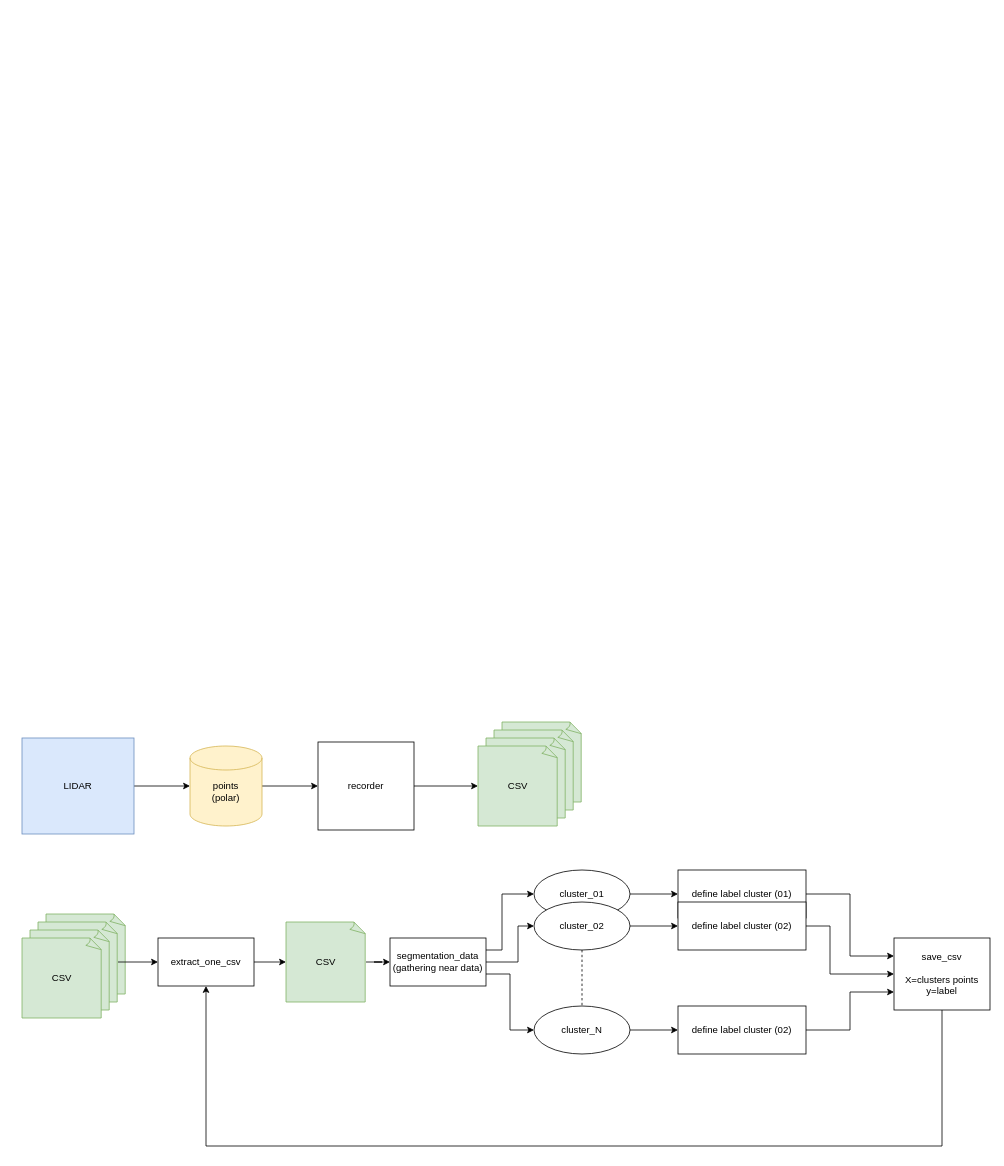
Earlier version of the draw.io diagram page "training" (1 of 3) of .doc/ros_detection_legs.drawio (PouceHeure/ros_detection_legs). Source tidied: cells renumbered, new cells numbered last; positions are measured from the earlier drawing's top-left corner, leaving out a move shared by most shapes. Both pictures are drawn from the tidied source at 80%, with x=0, y=0 at pixel (22, 722). Pictures stored in the file or linked from it are replaced by grey dashed boxes.
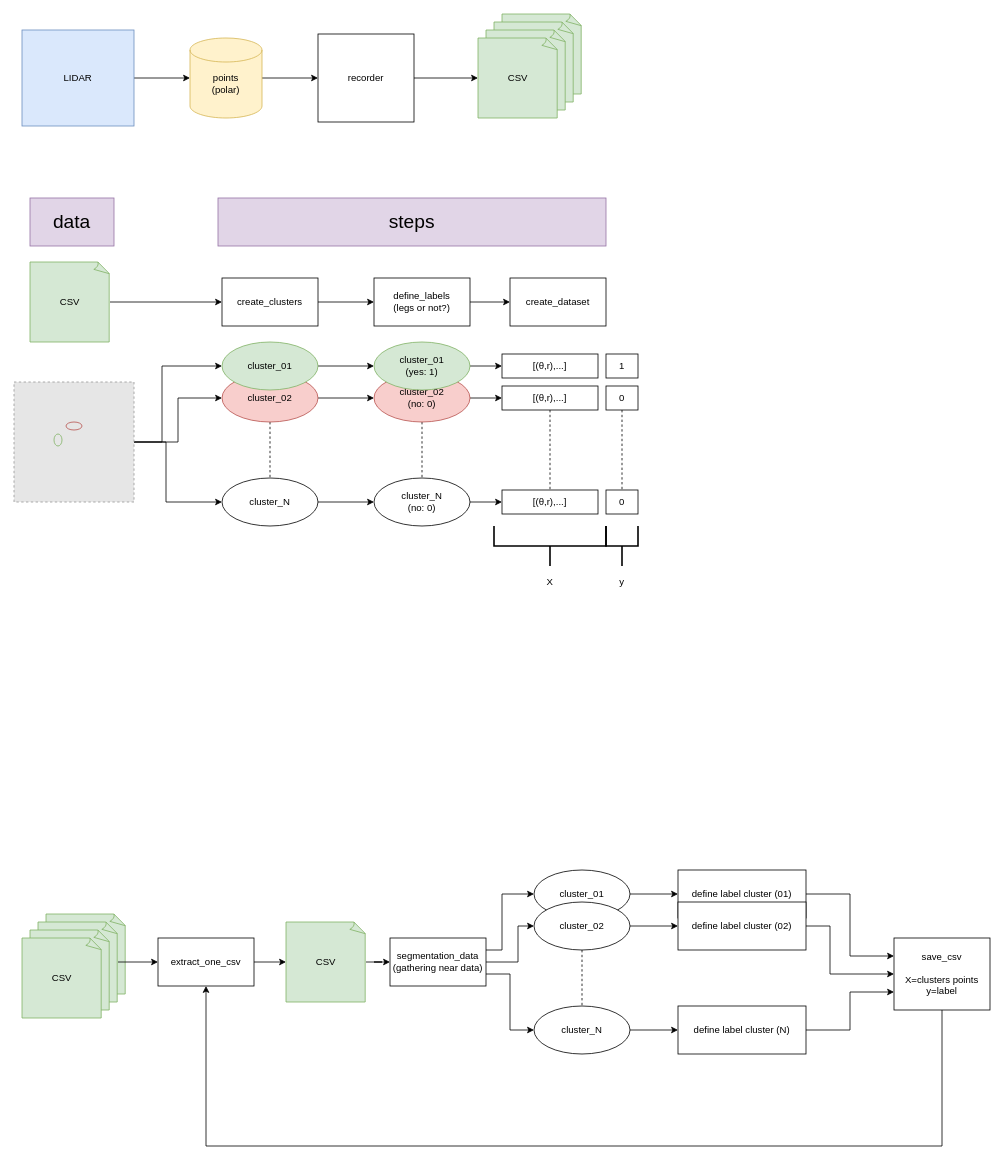
Above is the later version.

The edit, as a diff of the source:
```diff
@@
     <mxCell id="3" value="LIDAR" style="rounded=0;whiteSpace=wrap;html=1;fillColor=#dae8fc;strokeColor=#6c8ebf;" parent="1" vertex="1">
-      <mxGeometry y="20" width="140" height="120" as="geometry" />
+      <mxGeometry y="-865" width="140" height="120" as="geometry" />
     </mxCell>
@@
     <mxCell id="5" value="&lt;div&gt;&lt;br&gt;&lt;/div&gt;&lt;div&gt;points&lt;/div&gt;(polar)" style="shape=cylinder2;whiteSpace=wrap;html=1;boundedLbl=1;backgroundOutline=1;size=15;fillColor=#fff2cc;strokeColor=#d6b656;" parent="1" vertex="1">
-      <mxGeometry x="210" y="30" width="90" height="100" as="geometry" />
+      <mxGeometry x="210" y="-855" width="90" height="100" as="geometry" />
     </mxCell>
@@
     <mxCell id="7" value="recorder" style="rounded=0;whiteSpace=wrap;html=1;" parent="1" vertex="1">
-      <mxGeometry x="370" y="25" width="120" height="110" as="geometry" />
+      <mxGeometry x="370" y="-860" width="120" height="110" as="geometry" />
     </mxCell>
     <mxCell id="8" style="whiteSpace=wrap;html=1;shape=mxgraph.basic.document;fillColor=#d5e8d4;strokeColor=#82b366;" parent="1" vertex="1">
-      <mxGeometry x="600" width="100" height="100" as="geometry" />
+      <mxGeometry x="600" y="-885" width="100" height="100" as="geometry" />
     </mxCell>
     <mxCell id="9" style="whiteSpace=wrap;html=1;shape=mxgraph.basic.document;fillColor=#d5e8d4;strokeColor=#82b366;" parent="1" vertex="1">
-      <mxGeometry x="590" y="10" width="100" height="100" as="geometry" />
+      <mxGeometry x="590" y="-875" width="100" height="100" as="geometry" />
     </mxCell>
     <mxCell id="10" style="whiteSpace=wrap;html=1;shape=mxgraph.basic.document;fillColor=#d5e8d4;strokeColor=#82b366;" parent="1" vertex="1">
-      <mxGeometry x="580" y="20" width="100" height="100" as="geometry" />
+      <mxGeometry x="580" y="-865" width="100" height="100" as="geometry" />
     </mxCell>
     <mxCell id="11" value="CSV" style="whiteSpace=wrap;html=1;shape=mxgraph.basic.document;fillColor=#d5e8d4;strokeColor=#82b366;" parent="1" vertex="1">
-      <mxGeometry x="570" y="30" width="100" height="100" as="geometry" />
+      <mxGeometry x="570" y="-855" width="100" height="100" as="geometry" />
     </mxCell>
@@
-    <mxCell id="37" value="define label cluster (02)" style="rounded=0;whiteSpace=wrap;html=1;" parent="1" vertex="1">
+    <mxCell id="37" value="define label cluster (N)" style="rounded=0;whiteSpace=wrap;html=1;" parent="1" vertex="1">
       <mxGeometry x="820" y="355" width="160" height="60" as="geometry" />
     </mxCell>
@@
+    <mxCell id="40" style="edgeStyle=orthogonalEdgeStyle;rounded=0;jettySize=auto;html=1;exitX=1;exitY=0.5;exitDx=0;exitDy=0;exitPerimeter=0;" parent="1" edge="1" source="41" target="47">
+      <mxGeometry relative="1" as="geometry" />
+    </mxCell>
+    <mxCell id="41" value="CSV" style="whiteSpace=wrap;html=1;shape=mxgraph.basic.document;fillColor=#d5e8d4;strokeColor=#82b366;" parent="1" vertex="1">
+      <mxGeometry x="10" y="-575" width="100" height="100" as="geometry" />
+    </mxCell>
+    <mxCell id="42" style="edgeStyle=orthogonalEdgeStyle;rounded=0;jettySize=auto;html=1;exitX=1;exitY=0.5;exitDx=0;exitDy=0;entryX=0;entryY=0.5;entryDx=0;entryDy=0;" parent="1" edge="1" source="45" target="54">
+      <mxGeometry relative="1" as="geometry">
+        <Array as="points">
+          <mxPoint x="175" y="-350" />
+          <mxPoint x="175" y="-445" />
+        </Array>
+      </mxGeometry>
+    </mxCell>
+    <mxCell id="43" style="edgeStyle=orthogonalEdgeStyle;rounded=0;jettySize=auto;html=1;exitX=1;exitY=0.5;exitDx=0;exitDy=0;" parent="1" edge="1" source="45" target="52">
+      <mxGeometry relative="1" as="geometry" />
+    </mxCell>
+    <mxCell id="44" style="edgeStyle=orthogonalEdgeStyle;rounded=0;jettySize=auto;html=1;exitX=1;exitY=0.5;exitDx=0;exitDy=0;" parent="1" edge="1" source="45" target="49">
+      <mxGeometry relative="1" as="geometry">
+        <Array as="points">
+          <mxPoint x="180" y="-350" />
+          <mxPoint x="180" y="-275" />
+        </Array>
+      </mxGeometry>
+    </mxCell>
+    <mxCell id="45" style="fillColor=#E6E6E6;strokeColor=#999999;dashed=1;verticalLabelPosition=bottom;labelBackgroundColor=#ffffff;verticalAlign=top;" parent="1" vertex="1">
+      <mxGeometry x="-10" y="-425" width="150" height="150" as="geometry" />
+    </mxCell>
+    <mxCell id="46" style="edgeStyle=orthogonalEdgeStyle;rounded=0;jettySize=auto;html=1;exitX=1;exitY=0.5;exitDx=0;exitDy=0;endArrow=classic;endFill=1;" parent="1" edge="1" source="47" target="58">
+      <mxGeometry relative="1" as="geometry" />
+    </mxCell>
+    <mxCell id="47" value="create_clusters" style="rounded=0;whiteSpace=wrap;html=1;" parent="1" vertex="1">
+      <mxGeometry x="250" y="-555" width="120" height="60" as="geometry" />
+    </mxCell>
+    <mxCell id="48" style="edgeStyle=orthogonalEdgeStyle;rounded=0;jettySize=auto;html=1;exitX=1;exitY=0.5;exitDx=0;exitDy=0;endArrow=classic;endFill=1;" parent="1" edge="1" source="49" target="60">
+      <mxGeometry relative="1" as="geometry" />
+    </mxCell>
+    <mxCell id="49" value="cluster_N" style="ellipse;whiteSpace=wrap;html=1;" parent="1" vertex="1">
+      <mxGeometry x="250" y="-305" width="120" height="60" as="geometry" />
+    </mxCell>
+    <mxCell id="50" style="edgeStyle=orthogonalEdgeStyle;rounded=0;jettySize=auto;html=1;exitX=0.5;exitY=1;exitDx=0;exitDy=0;endArrow=none;endFill=0;dashed=1;" parent="1" edge="1" source="52" target="49">
+      <mxGeometry relative="1" as="geometry" />
+    </mxCell>
+    <mxCell id="51" style="edgeStyle=orthogonalEdgeStyle;rounded=0;jettySize=auto;html=1;exitX=1;exitY=0.5;exitDx=0;exitDy=0;endArrow=classic;endFill=1;" parent="1" edge="1" source="52" target="63">
+      <mxGeometry relative="1" as="geometry" />
+    </mxCell>
+    <mxCell id="52" value="cluster_02" style="ellipse;whiteSpace=wrap;html=1;fillColor=#f8cecc;strokeColor=#b85450;" parent="1" vertex="1">
+      <mxGeometry x="250" y="-435" width="120" height="60" as="geometry" />
+    </mxCell>
+    <mxCell id="53" style="edgeStyle=orthogonalEdgeStyle;rounded=0;jettySize=auto;html=1;exitX=1;exitY=0.5;exitDx=0;exitDy=0;endArrow=classic;endFill=1;" parent="1" edge="1" source="54" target="65">
+      <mxGeometry relative="1" as="geometry" />
+    </mxCell>
+    <mxCell id="54" value="cluster_01" style="ellipse;whiteSpace=wrap;html=1;fillColor=#d5e8d4;strokeColor=#82b366;" parent="1" vertex="1">
+      <mxGeometry x="250" y="-475" width="120" height="60" as="geometry" />
+    </mxCell>
+    <mxCell id="55" style="ellipse;whiteSpace=wrap;html=1;strokeColor=#b85450;fillColor=none;" parent="1" vertex="1">
+      <mxGeometry x="55" y="-375" width="20" height="10" as="geometry" />
+    </mxCell>
+    <mxCell id="56" style="ellipse;whiteSpace=wrap;html=1;strokeColor=#82b366;fillColor=none;" parent="1" vertex="1">
+      <mxGeometry x="40" y="-360" width="10" height="15" as="geometry" />
+    </mxCell>
+    <mxCell id="57" style="edgeStyle=orthogonalEdgeStyle;rounded=0;jettySize=auto;html=1;exitX=1;exitY=0.5;exitDx=0;exitDy=0;endArrow=classic;endFill=1;" parent="1" edge="1" source="58" target="66">
+      <mxGeometry relative="1" as="geometry" />
+    </mxCell>
+    <mxCell id="58" value="define_labels&lt;br&gt;(legs or not?)" style="rounded=0;whiteSpace=wrap;html=1;" parent="1" vertex="1">
+      <mxGeometry x="440" y="-555" width="120" height="60" as="geometry" />
+    </mxCell>
+    <mxCell id="59" style="edgeStyle=orthogonalEdgeStyle;rounded=0;jettySize=auto;html=1;exitX=1;exitY=0.5;exitDx=0;exitDy=0;endArrow=classic;endFill=1;" parent="1" edge="1" source="60" target="73">
+      <mxGeometry relative="1" as="geometry" />
+    </mxCell>
+    <mxCell id="60" value="cluster_N&lt;br&gt;(no: 0)" style="ellipse;whiteSpace=wrap;html=1;" parent="1" vertex="1">
+      <mxGeometry x="440" y="-305" width="120" height="60" as="geometry" />
+    </mxCell>
+    <mxCell id="61" style="edgeStyle=orthogonalEdgeStyle;rounded=0;jettySize=auto;html=1;exitX=0.5;exitY=1;exitDx=0;exitDy=0;endArrow=none;endFill=0;dashed=1;" parent="1" edge="1" source="63" target="60">
+      <mxGeometry relative="1" as="geometry" />
+    </mxCell>
+    <mxCell id="62" style="edgeStyle=orthogonalEdgeStyle;rounded=0;jettySize=auto;html=1;exitX=1;exitY=0.5;exitDx=0;exitDy=0;entryX=0;entryY=0.5;entryDx=0;entryDy=0;endArrow=classic;endFill=1;" parent="1" edge="1" source="63" target="70">
+      <mxGeometry relative="1" as="geometry" />
+    </mxCell>
+    <mxCell id="63" value="cluster_02&lt;br&gt;(no: 0)" style="ellipse;whiteSpace=wrap;html=1;fillColor=#f8cecc;strokeColor=#b85450;" parent="1" vertex="1">
+      <mxGeometry x="440" y="-435" width="120" height="60" as="geometry" />
+    </mxCell>
+    <mxCell id="64" style="edgeStyle=orthogonalEdgeStyle;rounded=0;jettySize=auto;html=1;exitX=1;exitY=0.5;exitDx=0;exitDy=0;entryX=0;entryY=0.5;entryDx=0;entryDy=0;endArrow=classic;endFill=1;" parent="1" edge="1" source="65" target="67">
+      <mxGeometry relative="1" as="geometry" />
+    </mxCell>
+    <mxCell id="65" value="cluster_01&lt;br&gt;(yes: 1)" style="ellipse;whiteSpace=wrap;html=1;fillColor=#d5e8d4;strokeColor=#82b366;" parent="1" vertex="1">
+      <mxGeometry x="440" y="-475" width="120" height="60" as="geometry" />
+    </mxCell>
+    <mxCell id="66" value="create_dataset" style="rounded=0;whiteSpace=wrap;html=1;" parent="1" vertex="1">
+      <mxGeometry x="610" y="-555" width="120" height="60" as="geometry" />
+    </mxCell>
+    <mxCell id="67" value="[(θ,r),...]" style="rounded=0;whiteSpace=wrap;html=1;fillColor=none;" parent="1" vertex="1">
+      <mxGeometry x="600" y="-460" width="120" height="30" as="geometry" />
+    </mxCell>
+    <mxCell id="68" value="1" style="rounded=0;whiteSpace=wrap;html=1;fillColor=none;" parent="1" vertex="1">
+      <mxGeometry x="730" y="-460" width="40" height="30" as="geometry" />
+    </mxCell>
+    <mxCell id="69" style="edgeStyle=orthogonalEdgeStyle;rounded=0;jettySize=auto;html=1;exitX=0.5;exitY=1;exitDx=0;exitDy=0;endArrow=none;endFill=0;dashed=1;" parent="1" edge="1" source="70" target="73">
+      <mxGeometry relative="1" as="geometry" />
+    </mxCell>
+    <mxCell id="70" value="[(θ,r),...]" style="rounded=0;whiteSpace=wrap;html=1;fillColor=none;" parent="1" vertex="1">
+      <mxGeometry x="600" y="-420" width="120" height="30" as="geometry" />
+    </mxCell>
+    <mxCell id="71" style="edgeStyle=orthogonalEdgeStyle;rounded=0;jettySize=auto;html=1;exitX=0.5;exitY=1;exitDx=0;exitDy=0;entryX=0.5;entryY=0;entryDx=0;entryDy=0;dashed=1;endArrow=none;endFill=0;" parent="1" edge="1" source="72" target="74">
+      <mxGeometry relative="1" as="geometry" />
+    </mxCell>
+    <mxCell id="72" value="0" style="rounded=0;whiteSpace=wrap;html=1;fillColor=none;" parent="1" vertex="1">
+      <mxGeometry x="730" y="-420" width="40" height="30" as="geometry" />
+    </mxCell>
+    <mxCell id="73" value="[(θ,r),...]" style="rounded=0;whiteSpace=wrap;html=1;fillColor=none;" parent="1" vertex="1">
+      <mxGeometry x="600" y="-290" width="120" height="30" as="geometry" />
+    </mxCell>
+    <mxCell id="74" value="0" style="rounded=0;whiteSpace=wrap;html=1;fillColor=none;" parent="1" vertex="1">
+      <mxGeometry x="730" y="-290" width="40" height="30" as="geometry" />
+    </mxCell>
+    <mxCell id="75" style="strokeWidth=2;html=1;shape=mxgraph.flowchart.annotation_2;align=left;labelPosition=right;fillColor=none;direction=north;" parent="1" vertex="1">
+      <mxGeometry x="590" y="-245" width="140" height="50" as="geometry" />
+    </mxCell>
+    <mxCell id="76" style="strokeWidth=2;html=1;shape=mxgraph.flowchart.annotation_2;align=left;labelPosition=right;fillColor=none;direction=north;" parent="1" vertex="1">
+      <mxGeometry x="730" y="-245" width="40" height="50" as="geometry" />
+    </mxCell>
+    <mxCell id="77" value="X" style="text;html=1;strokeColor=none;fillColor=none;align=center;verticalAlign=middle;whiteSpace=wrap;rounded=0;" parent="1" vertex="1">
+      <mxGeometry x="640" y="-185" width="40" height="20" as="geometry" />
+    </mxCell>
+    <mxCell id="78" value="y" style="text;html=1;strokeColor=none;fillColor=none;align=center;verticalAlign=middle;whiteSpace=wrap;rounded=0;" parent="1" vertex="1">
+      <mxGeometry x="730" y="-185" width="40" height="20" as="geometry" />
+    </mxCell>
+    <mxCell id="79" value="steps" style="rounded=0;whiteSpace=wrap;html=1;fillColor=#e1d5e7;fontSize=24;strokeColor=#9673a6;" parent="1" vertex="1">
+      <mxGeometry x="245" y="-655" width="485" height="60" as="geometry" />
+    </mxCell>
+    <mxCell id="80" value="data" style="rounded=0;whiteSpace=wrap;html=1;fillColor=#e1d5e7;fontSize=24;strokeColor=#9673a6;" parent="1" vertex="1">
+      <mxGeometry x="10" y="-655" width="105" height="60" as="geometry" />
+    </mxCell>
```
